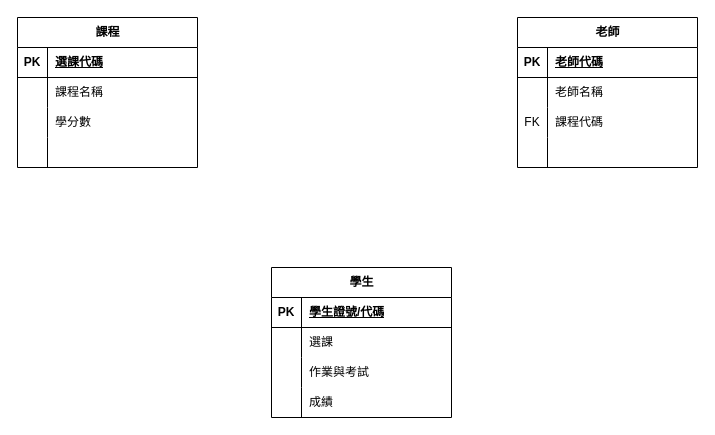
Before: 課程練習_1017.drawio in KYCamille/Guessing-Number, a draw.io diagram. Source tidied: cells renumbered, new cells numbered last; positions are measured from the earlier drawing's top-left corner, leaving out a move shared by most shapes. Both pictures are drawn from the tidied source at 100%, with x=0, y=0 at pixel (17, 17).
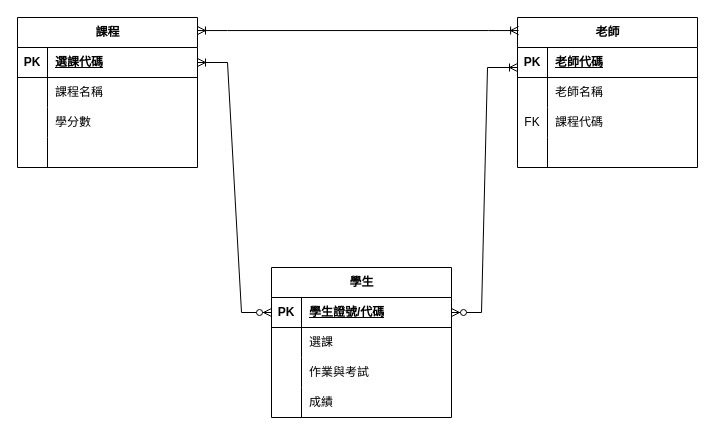
The same page after the edit.

Commit message:
更新1730 課程練習_1017.drawio

The change refers to these unchanged cells:
```xml
<mxCell id="2" value="課程" style="shape=table;startSize=30;childLayout=tableLayout;rowLines=0;fontStyle=1;align=center;html=1;" parent="1" vertex="1">
  <mxGeometry width="180" height="150" as="geometry" />
</mxCell>
<mxCell id="3" style="shape=tableRow;horizontal=0;startSize=0;swimlaneHead=0;swimlaneBody=0;fillColor=none;points=[[0,0.5],[1,0.5]];portConstraint=eastwest;top=0;left=0;right=0;bottom=1;" parent="2" vertex="1">
  <mxGeometry y="30" width="180" height="30" as="geometry" />
</mxCell>
<mxCell id="15" value="老師" style="shape=table;startSize=30;childLayout=tableLayout;rowLines=0;fontStyle=1;align=center;html=1;" parent="1" vertex="1">
  <mxGeometry x="500" width="180" height="150" as="geometry" />
</mxCell>
<mxCell id="29" style="shape=tableRow;horizontal=0;startSize=0;swimlaneHead=0;swimlaneBody=0;fillColor=none;points=[[0,0.5],[1,0.5]];portConstraint=eastwest;top=0;left=0;right=0;bottom=1;" parent="28" vertex="1">
  <mxGeometry y="30" width="180" height="30" as="geometry" />
</mxCell>
```

What changed in the source:
```diff
@@
+    <mxCell id="41" style="edgeStyle=entityRelationEdgeStyle;fontSize=12;html=1;endArrow=ERoneToMany;endFill=0;startArrow=ERzeroToMany;rounded=0;exitX=1;exitY=0.5;exitDx=0;exitDy=0;" parent="1" edge="1" source="29">
+      <mxGeometry relative="1" as="geometry">
+        <mxPoint x="500" y="50" as="targetPoint" />
+      </mxGeometry>
+    </mxCell>
+    <mxCell id="42" style="edgeStyle=entityRelationEdgeStyle;fontSize=12;html=1;endArrow=ERoneToMany;endFill=0;startArrow=ERzeroToMany;rounded=0;entryX=1;entryY=0.5;entryDx=0;entryDy=0;exitX=0;exitY=0.5;exitDx=0;exitDy=0;" parent="1" edge="1" source="29" target="3">
+      <mxGeometry relative="1" as="geometry" />
+    </mxCell>
+    <mxCell id="43" style="edgeStyle=entityRelationEdgeStyle;fontSize=12;html=1;endArrow=ERoneToMany;endFill=0;startArrow=ERoneToMany;rounded=0;exitX=1;exitY=0.087;exitDx=0;exitDy=0;exitPerimeter=0;entryX=0.006;entryY=0.087;entryDx=0;entryDy=0;entryPerimeter=0;startFill=0;" parent="1" edge="1" source="2" target="15">
+      <mxGeometry relative="1" as="geometry" />
+    </mxCell>
```
